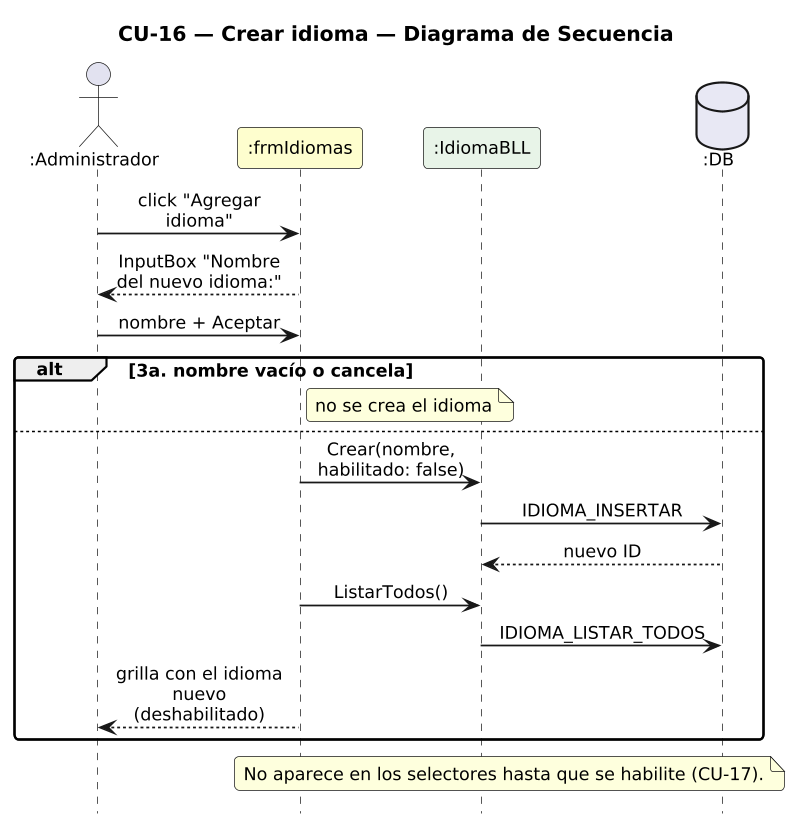
Above: DIAGRAMAS/DiagramaSecuencia_CU16_CrearIdioma.png in Urrels/ingenieria_software (PlantUML), before the change.
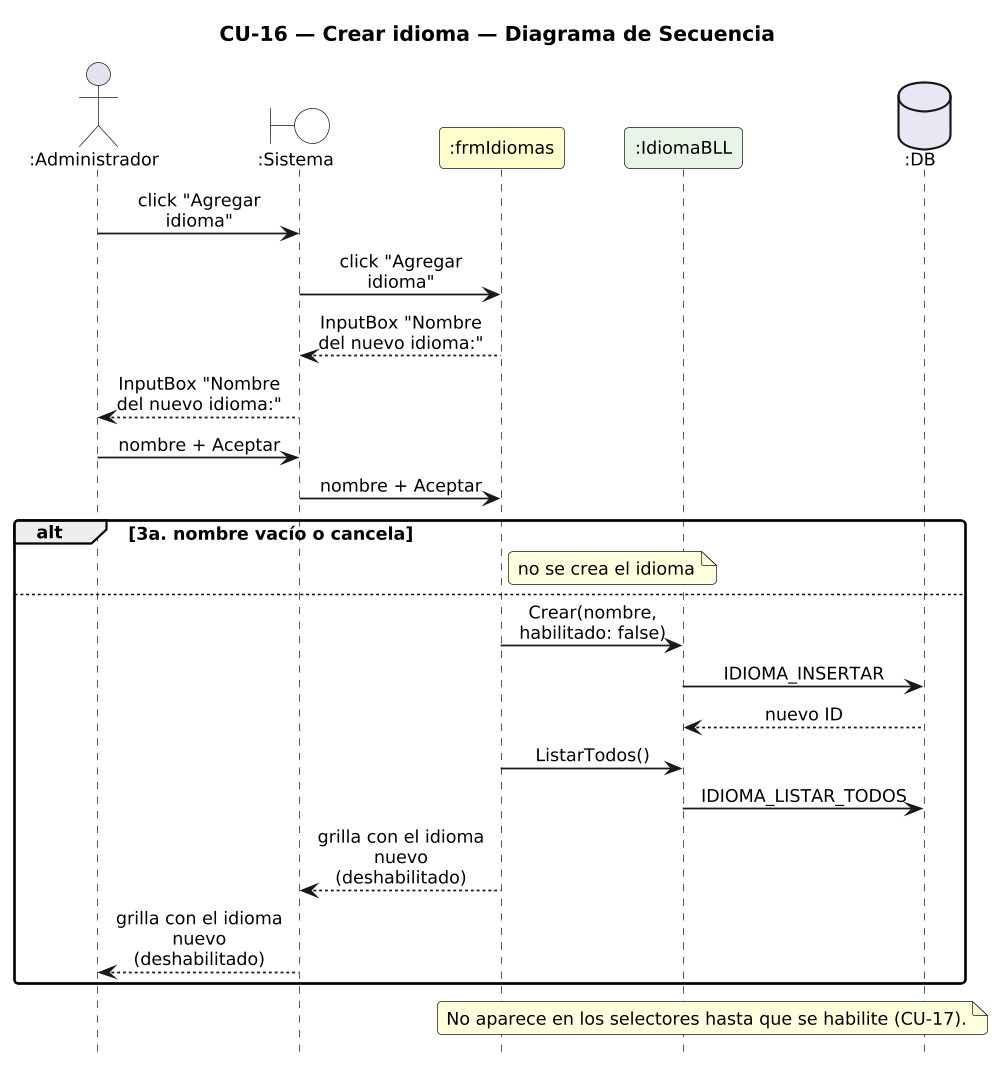
The same diagram one commit later.

Change to the diagram source:
```diff
@@ -14,13 +14,17 @@
 hide footbox
 
 actor ":Administrador" as A
+boundary ":Sistema" as SYS #FFFFFF
 participant ":frmIdiomas" as F #FEFECE
 participant ":IdiomaBLL" as IB #E8F4E8
 database ":DB" as DB #E8E8F4
 
-A -> F : click "Agregar idioma"
-F --> A : InputBox "Nombre del nuevo idioma:"
-A -> F : nombre + Aceptar
+A -> SYS : click "Agregar idioma"
+SYS -> F : click "Agregar idioma"
+F --> SYS : InputBox "Nombre del nuevo idioma:"
+SYS --> A : InputBox "Nombre del nuevo idioma:"
+A -> SYS : nombre + Aceptar
+SYS -> F : nombre + Aceptar
 alt 3a. nombre vacío o cancela
   note right of F : no se crea el idioma
 else
@@ -29,7 +33,8 @@
   DB --> IB : nuevo ID
   F -> IB : ListarTodos()
   IB -> DB : IDIOMA_LISTAR_TODOS
-  F --> A : grilla con el idioma nuevo (deshabilitado)
+  F --> SYS : grilla con el idioma nuevo (deshabilitado)
+  SYS --> A : grilla con el idioma nuevo (deshabilitado)
 end
 note over F, DB : No aparece en los selectores hasta que se habilite (CU-17).
 
```
